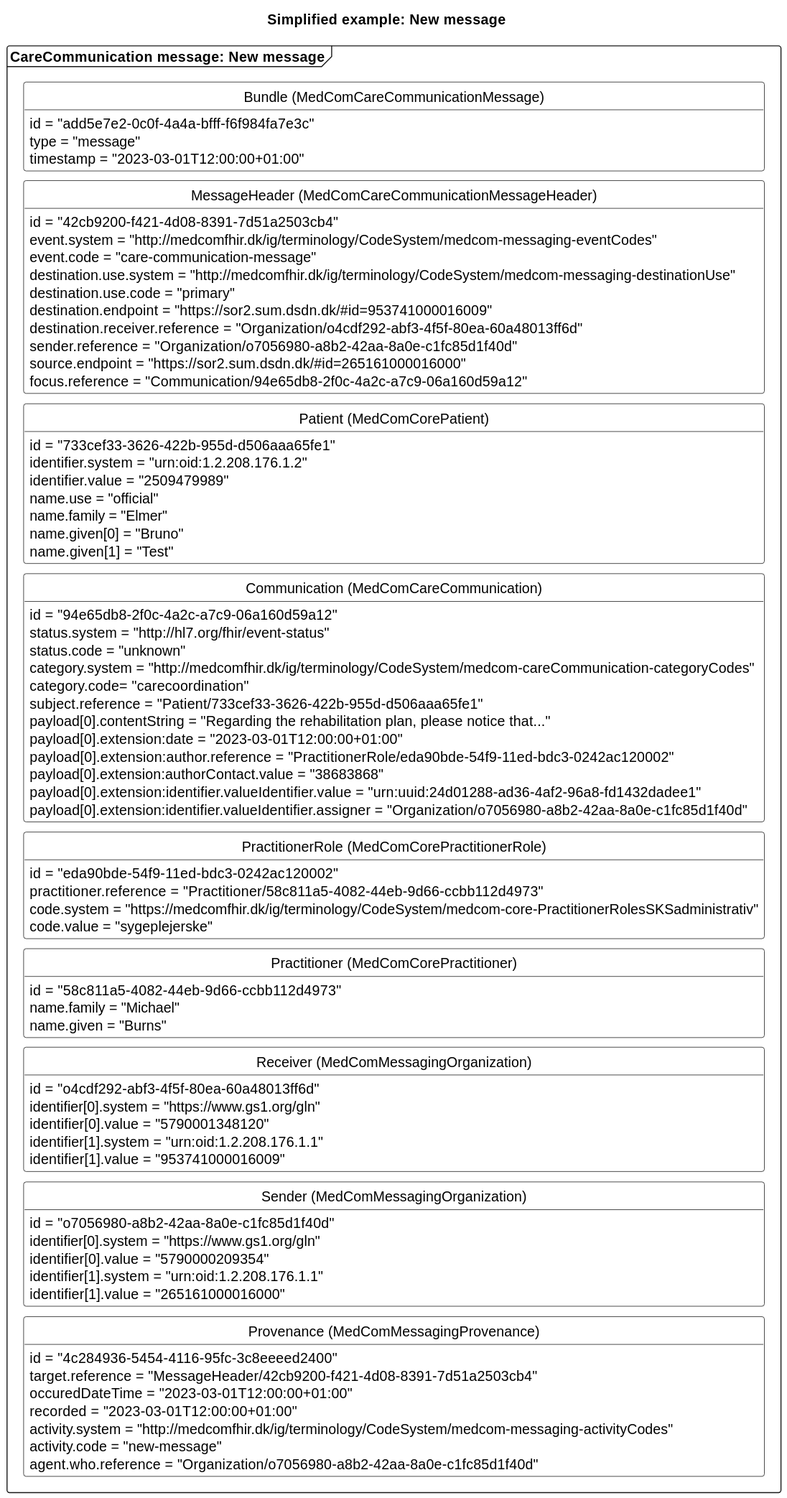
Before: docs/assets/images/CCNewMessage.svg, a diagram exported from PlantUML (medcomdk/dk-medcom-carecommunication).
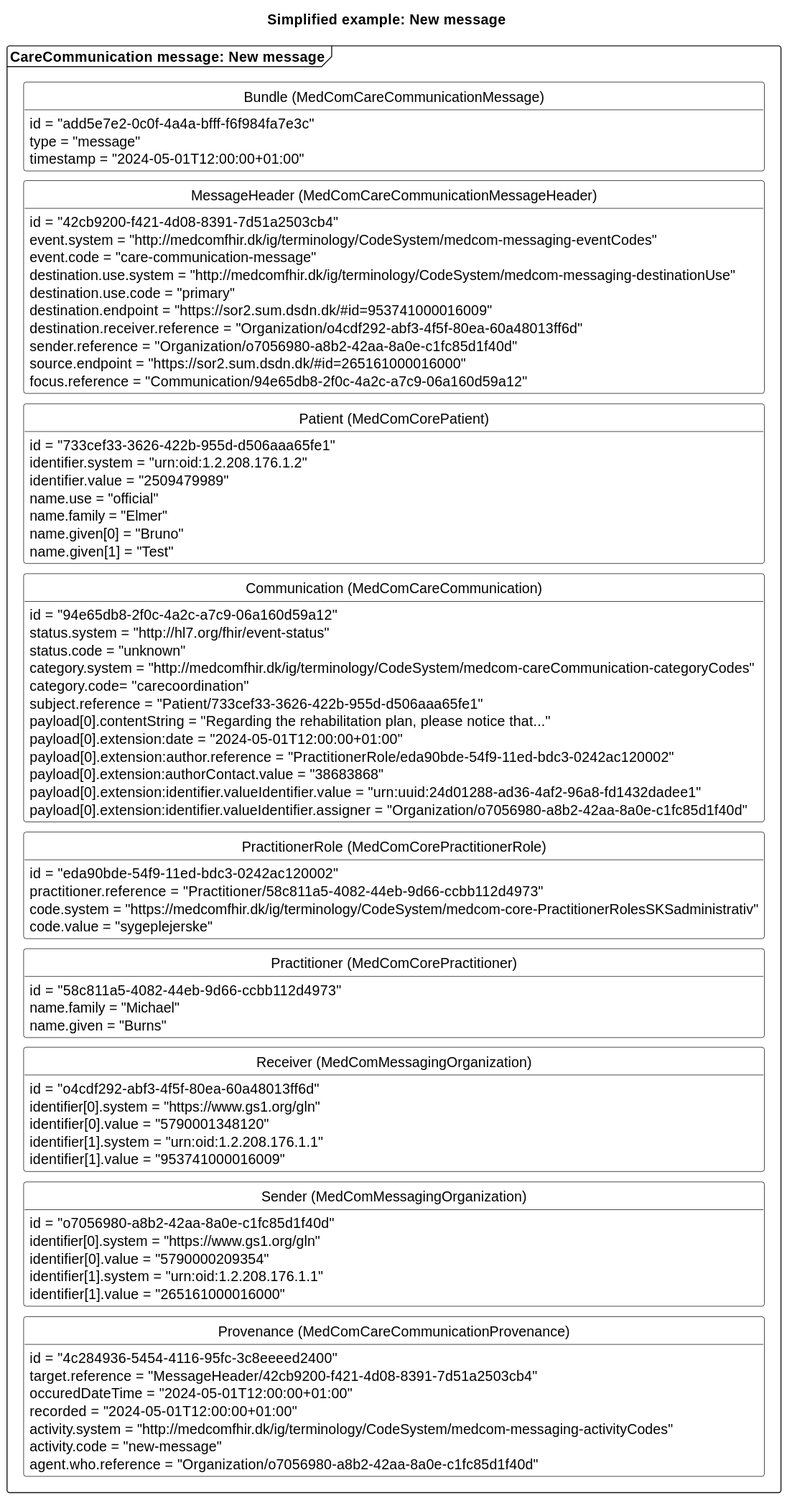
After the change.

Commit message:
Corrected examples diagrams so that correct provenance is mentioned

Change to the diagram source:
```diff
@@ -1,5 +1,4 @@
-@startuml CCNewMessage
-
+@startuml
 skinparam class {
     BackgroundColor White
     BorderColor Black
@@ -17,7 +16,7 @@
     class "Bundle (MedComCareCommunicationMessage)" as newB {
         id = "add5e7e2-0c0f-4a4a-bfff-f6f984fa7e3c"
         type = "message"
-        timestamp = "2023-03-01T12:00:00+01:00"
+        timestamp = "2024-05-01T12:00:00+01:00"
     }
     class "MessageHeader (MedComCareCommunicationMessageHeader)" as newMH{
         id = "42cb9200-f421-4d08-8391-7d51a2503cb4"
@@ -48,7 +47,7 @@
         category.code= "carecoordination"
         subject.reference = "Patient/733cef33-3626-422b-955d-d506aaa65fe1"
         payload[0].contentString = "Regarding the rehabilitation plan, please notice that..."
-        payload[0].extension:date = "2023-03-01T12:00:00+01:00"
+        payload[0].extension:date = "2024-05-01T12:00:00+01:00"
         payload[0].extension:author.reference = "PractitionerRole/eda90bde-54f9-11ed-bdc3-0242ac120002"
         payload[0].extension:authorContact.value = "38683868"
         payload[0].extension:identifier.valueIdentifier.value = "urn:uuid:24d01288-ad36-4af2-96a8-fd1432dadee1"
@@ -79,11 +78,11 @@
         identifier[1].system = "urn:oid:1.2.208.176.1.1"
         identifier[1].value = "265161000016000"
     }
-    class "Provenance (MedComMessagingProvenance)" as newPRO{
+    class "Provenance (MedComCareCommunicationProvenance)" as newPRO{
         id = "4c284936-5454-4116-95fc-3c8eeeed2400"
         target.reference = "MessageHeader/42cb9200-f421-4d08-8391-7d51a2503cb4"
-        occuredDateTime = "2023-03-01T12:00:00+01:00"
-        recorded = "2023-03-01T12:00:00+01:00"
+        occuredDateTime = "2024-05-01T12:00:00+01:00"
+        recorded = "2024-05-01T12:00:00+01:00"
         activity.system = "http://medcomfhir.dk/ig/terminology/CodeSystem/medcom-messaging-activityCodes"
         activity.code = "new-message"
         agent.who.reference = "Organization/o7056980-a8b2-42aa-8a0e-c1fc85d1f40d"
@@ -97,6 +96,4 @@
 newPrac-[hidden]-newROrg
 newROrg-[hidden]- newSOrg
 newSOrg-[hidden]-newPRO
-
-
 @enduml
```
